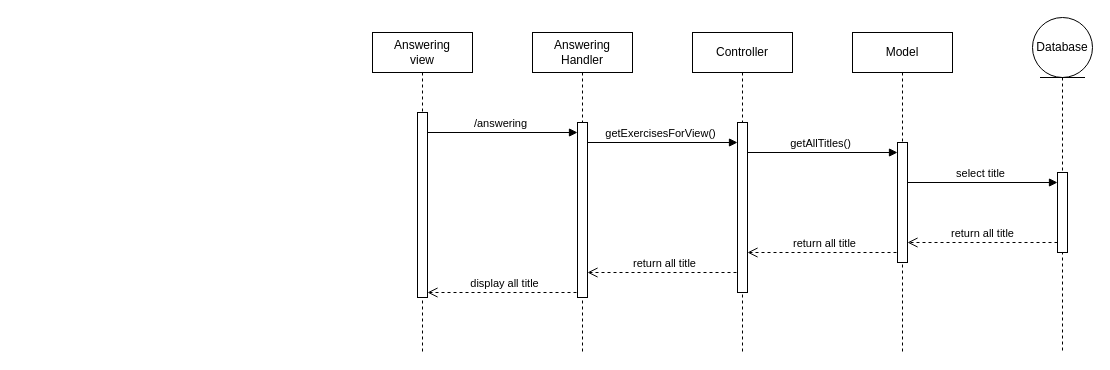
CPNV-ES/MAW11_Mugiwaras_Looper keeps this draw.io diagram as document/UMLSequenceDiagram.drawio. Above is the earlier version. Source tidied: cells renumbered, new cells numbered last; positions are measured from the earlier drawing's top-left corner, leaving out a move shared by most shapes. Both pictures are drawn from the tidied source at 100%, with x=0, y=0 at pixel (372, 17).
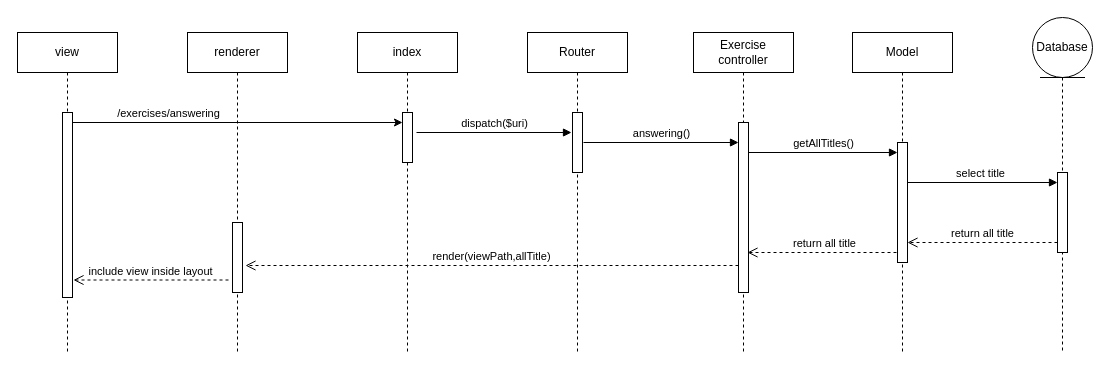
The same diagram, later.

Commit message:
fix: add paramater in the squences diagram and update it

The change refers to these unchanged cells:
```xml
<mxCell id="13" style="html=1;points=[[0,0,0,0,5],[0,1,0,0,-5],[1,0,0,0,5],[1,1,0,0,-5]];perimeter=orthogonalPerimeter;outlineConnect=0;targetShapes=umlLifeline;portConstraint=eastwest;newEdgeStyle={&quot;curved&quot;:0,&quot;rounded&quot;:0};" parent="12" vertex="1">
  <mxGeometry x="45" y="110" width="10" height="120" as="geometry" />
</mxCell>
```

Diff of the diagram source:
```diff
@@
-    <mxCell id="2" value="/answering" style="html=1;verticalAlign=bottom;endArrow=block;curved=0;rounded=0;" parent="1" edge="1" target="17">
-      <mxGeometry relative="1" as="geometry">
-        <mxPoint x="50" y="115" as="sourcePoint" />
-      </mxGeometry>
-    </mxCell>
-    <mxCell id="3" value="getExercisesForView()" style="html=1;verticalAlign=bottom;endArrow=block;curved=0;rounded=0;" parent="1" edge="1" target="15">
-      <mxGeometry relative="1" as="geometry">
-        <mxPoint x="210" y="125" as="sourcePoint" />
-      </mxGeometry>
-    </mxCell>
-    <mxCell id="4" value="getAllTitles()" style="html=1;verticalAlign=bottom;endArrow=block;curved=0;rounded=0;" parent="1" edge="1" target="13">
+    <mxCell id="4" value="getAllTitles()" style="html=1;verticalAlign=bottom;endArrow=block;curved=0;rounded=0;" parent="1" edge="1">
       <mxGeometry relative="1" as="geometry">
-        <mxPoint x="370" y="135" as="sourcePoint" />
+        <mxPoint x="376" y="135" as="sourcePoint" />
+        <mxPoint x="525" y="135" as="targetPoint" />
       </mxGeometry>
     </mxCell>
@@
-    <mxCell id="9" value="return all title" style="html=1;verticalAlign=bottom;endArrow=open;dashed=1;endSize=8;curved=0;rounded=0;" parent="1" edge="1" target="15">
+    <mxCell id="9" value="return all title" style="html=1;verticalAlign=bottom;endArrow=open;dashed=1;endSize=8;curved=0;rounded=0;" parent="1" edge="1">
       <mxGeometry relative="1" as="geometry">
         <mxPoint x="530" y="235" as="sourcePoint" />
+        <mxPoint x="375" y="235" as="targetPoint" />
       </mxGeometry>
     </mxCell>
-    <mxCell id="10" value="return all title" style="html=1;verticalAlign=bottom;endArrow=open;dashed=1;endSize=8;curved=0;rounded=0;" parent="1" edge="1" target="17">
-      <mxGeometry relative="1" as="geometry">
-        <mxPoint x="370" y="255" as="sourcePoint" />
-      </mxGeometry>
-    </mxCell>
-    <mxCell id="11" value="display all title" style="html=1;verticalAlign=bottom;endArrow=open;dashed=1;endSize=8;curved=0;rounded=0;" parent="1" edge="1" target="19">
-      <mxGeometry relative="1" as="geometry">
-        <mxPoint x="210" y="275" as="sourcePoint" />
-      </mxGeometry>
-    </mxCell>
@@
-    <mxCell id="14" value="Controller" style="shape=umlLifeline;perimeter=lifelinePerimeter;whiteSpace=wrap;html=1;newEdgeStyle={&quot;curved&quot;:0,&quot;rounded&quot;:0};" parent="1" vertex="1">
-      <mxGeometry x="320" y="15" width="100" height="320" as="geometry" />
-    </mxCell>
+    <mxCell id="20" value="Router" style="shape=umlLifeline;perimeter=lifelinePerimeter;whiteSpace=wrap;html=1;newEdgeStyle={&quot;curved&quot;:0,&quot;rounded&quot;:0};" parent="1" vertex="1">
+      <mxGeometry x="155" y="15" width="100" height="320" as="geometry" />
+    </mxCell>
+    <mxCell id="21" style="html=1;perimeter=orthogonalPerimeter;targetShapes=umlLifeline;newEdgeStyle={&quot;curved&quot;:0,&quot;rounded&quot;:0};" parent="20" vertex="1">
+      <mxGeometry x="45" y="80" width="10" height="60" as="geometry" />
+    </mxCell>
+    <mxCell id="22" value="index" style="shape=umlLifeline;perimeter=lifelinePerimeter;whiteSpace=wrap;html=1;newEdgeStyle={&quot;curved&quot;:0,&quot;rounded&quot;:0};" parent="1" vertex="1">
+      <mxGeometry x="-15" y="15" width="100" height="320" as="geometry" />
+    </mxCell>
+    <mxCell id="23" style="html=1;perimeter=orthogonalPerimeter;targetShapes=umlLifeline;newEdgeStyle={&quot;curved&quot;:0,&quot;rounded&quot;:0};" parent="22" vertex="1">
+      <mxGeometry x="45" y="80" width="10" height="50" as="geometry" />
+    </mxCell>
+    <mxCell id="24" value="dispatch($uri)" style="html=1;verticalAlign=bottom;endArrow=block;curved=0;rounded=0;" parent="1" edge="1">
+      <mxGeometry x="0.01" relative="1" as="geometry">
+        <mxPoint x="44" y="115" as="sourcePoint" />
+        <mxPoint x="199" y="115" as="targetPoint" />
+      </mxGeometry>
+    </mxCell>
+    <mxCell id="25" value="Exercise&lt;br&gt;controller" style="shape=umlLifeline;perimeter=lifelinePerimeter;whiteSpace=wrap;html=1;newEdgeStyle={&quot;curved&quot;:0,&quot;rounded&quot;:0};" parent="1" vertex="1">
+      <mxGeometry x="321" y="15" width="100" height="320" as="geometry" />
+    </mxCell>
-    <mxCell id="15" style="html=1;points=[[0,0,0,0,5],[0,1,0,0,-5],[1,0,0,0,5],[1,1,0,0,-5]];perimeter=orthogonalPerimeter;outlineConnect=0;targetShapes=umlLifeline;portConstraint=eastwest;newEdgeStyle={&quot;curved&quot;:0,&quot;rounded&quot;:0};" parent="14" vertex="1">
+    <mxCell id="15" style="html=1;points=[[0,0,0,0,5],[0,1,0,0,-5],[1,0,0,0,5],[1,1,0,0,-5]];perimeter=orthogonalPerimeter;outlineConnect=0;targetShapes=umlLifeline;portConstraint=eastwest;newEdgeStyle={&quot;curved&quot;:0,&quot;rounded&quot;:0};" parent="25" vertex="1">
       <mxGeometry x="45" y="90" width="10" height="170" as="geometry" />
     </mxCell>
-    <mxCell id="16" value="Answering&lt;br style=&quot;border-color: var(--border-color);&quot;&gt;Handler" style="shape=umlLifeline;perimeter=lifelinePerimeter;whiteSpace=wrap;html=1;newEdgeStyle={&quot;curved&quot;:0,&quot;rounded&quot;:0};" parent="1" vertex="1">
-      <mxGeometry x="160" y="15" width="100" height="320" as="geometry" />
-    </mxCell>
-    <mxCell id="17" style="html=1;points=[[0,0,0,0,5],[0,1,0,0,-5],[1,0,0,0,5],[1,1,0,0,-5]];perimeter=orthogonalPerimeter;outlineConnect=0;targetShapes=umlLifeline;portConstraint=eastwest;newEdgeStyle={&quot;curved&quot;:0,&quot;rounded&quot;:0};" parent="16" vertex="1">
-      <mxGeometry x="45" y="90" width="10" height="175" as="geometry" />
-    </mxCell>
-    <mxCell id="18" value="Answering&lt;br&gt;view" style="shape=umlLifeline;perimeter=lifelinePerimeter;whiteSpace=wrap;html=1;newEdgeStyle={&quot;curved&quot;:0,&quot;rounded&quot;:0};" parent="1" vertex="1">
-      <mxGeometry y="15" width="100" height="320" as="geometry" />
-    </mxCell>
+    <mxCell id="26" value="answering()" style="html=1;verticalAlign=bottom;endArrow=block;curved=0;rounded=0;" parent="1" edge="1">
+      <mxGeometry x="0.01" relative="1" as="geometry">
+        <mxPoint x="211" y="125" as="sourcePoint" />
+        <mxPoint x="366" y="125" as="targetPoint" />
+      </mxGeometry>
+    </mxCell>
+    <mxCell id="27" value="renderer" style="shape=umlLifeline;perimeter=lifelinePerimeter;whiteSpace=wrap;html=1;newEdgeStyle={&quot;curved&quot;:0,&quot;rounded&quot;:0};" parent="1" vertex="1">
+      <mxGeometry x="-185" y="15" width="100" height="320" as="geometry" />
+    </mxCell>
+    <mxCell id="28" style="html=1;perimeter=orthogonalPerimeter;targetShapes=umlLifeline;newEdgeStyle={&quot;curved&quot;:0,&quot;rounded&quot;:0};" parent="27" vertex="1">
+      <mxGeometry x="45" y="190" width="10" height="70" as="geometry" />
+    </mxCell>
+    <mxCell id="29" value="render(viewPath,allTitle)" style="html=1;verticalAlign=bottom;endArrow=open;dashed=1;endSize=8;curved=0;rounded=0;" parent="1" edge="1">
+      <mxGeometry relative="1" as="geometry">
+        <mxPoint x="366" y="248" as="sourcePoint" />
+        <mxPoint x="-127" y="248" as="targetPoint" />
+      </mxGeometry>
+    </mxCell>
+    <mxCell id="30" value="view" style="shape=umlLifeline;perimeter=lifelinePerimeter;whiteSpace=wrap;html=1;newEdgeStyle={&quot;curved&quot;:0,&quot;rounded&quot;:0};" parent="1" vertex="1">
+      <mxGeometry x="-355" y="15" width="100" height="320" as="geometry" />
+    </mxCell>
-    <mxCell id="19" style="html=1;points=[[0,0,0,0,5],[0,1,0,0,-5],[1,0,0,0,5],[1,1,0,0,-5]];perimeter=orthogonalPerimeter;outlineConnect=0;targetShapes=umlLifeline;portConstraint=eastwest;newEdgeStyle={&quot;curved&quot;:0,&quot;rounded&quot;:0};" parent="18" vertex="1">
+    <mxCell id="19" style="html=1;points=[[0,0,0,0,5],[0,1,0,0,-5],[1,0,0,0,5],[1,1,0,0,-5]];perimeter=orthogonalPerimeter;outlineConnect=0;targetShapes=umlLifeline;portConstraint=eastwest;newEdgeStyle={&quot;curved&quot;:0,&quot;rounded&quot;:0};" parent="30" vertex="1">
       <mxGeometry x="45" y="80" width="10" height="185" as="geometry" />
     </mxCell>
+    <mxCell id="31" value="include view inside layout" style="html=1;verticalAlign=bottom;endArrow=open;dashed=1;endSize=8;curved=0;rounded=0;" parent="1" edge="1">
+      <mxGeometry relative="1" as="geometry">
+        <mxPoint x="-144" y="262.5" as="sourcePoint" />
+        <mxPoint x="-299" y="262.5" as="targetPoint" />
+      </mxGeometry>
+    </mxCell>
+    <mxCell id="32" style="edgeStyle=orthogonalEdgeStyle;rounded=0;orthogonalLoop=1;jettySize=auto;html=1;curved=0;" parent="1" edge="1">
+      <mxGeometry relative="1" as="geometry">
+        <mxPoint x="-300" y="105" as="sourcePoint" />
+        <mxPoint x="30" y="105" as="targetPoint" />
+      </mxGeometry>
+    </mxCell>
+    <mxCell id="33" value="/exercises/answering" style="edgeLabel;html=1;align=center;verticalAlign=middle;" parent="32" vertex="1">
+      <mxGeometry x="-0.63" y="-1" relative="1" as="geometry">
+        <mxPoint x="34" y="-11" as="offset" />
+      </mxGeometry>
+    </mxCell>
```
